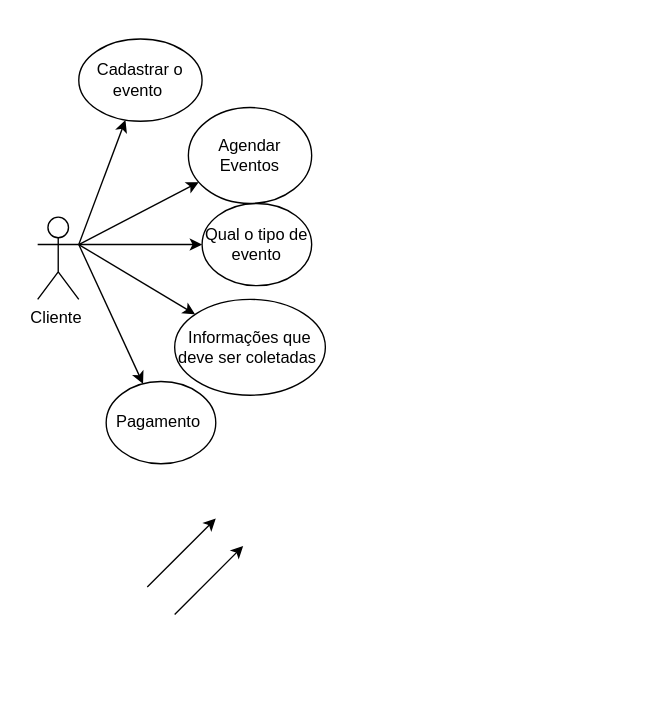
Above: GestãoDeEventos.drawio in Bernardo-Alves125/Diagramas-de-requisitos (draw.io), before the change. Source tidied: cells renumbered, new cells numbered last; positions are measured from the earlier drawing's top-left corner, leaving out a move shared by most shapes. Both pictures are drawn from the tidied source at 137%, with x=0, y=0 at pixel (37, 38).
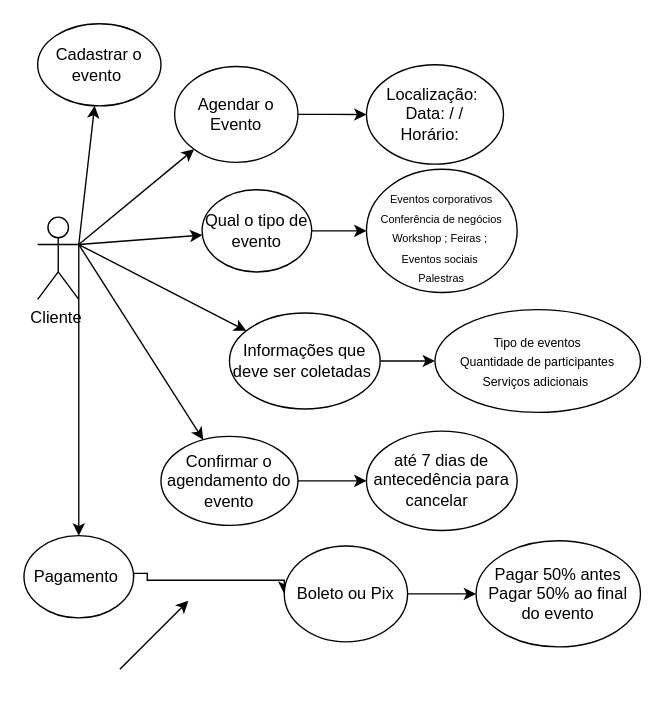
Above is the later version.

Diff of the diagram source:
```diff
@@
-    <mxCell id="8" style="endArrow=classic;html=1;rounded=0;" parent="1" edge="1">
+    <mxCell id="8" style="endArrow=classic;html=1;rounded=0;" parent="1" edge="1" target="25">
       <mxGeometry relative="1" as="geometry">
-        <mxPoint x="80" y="400" as="sourcePoint" />
-        <mxPoint x="130" y="350" as="targetPoint" />
+        <mxPoint x="30" y="150" as="sourcePoint" />
       </mxGeometry>
     </mxCell>
     <mxCell id="9" style="endArrow=classic;html=1;rounded=0;" parent="1" edge="1">
       <mxGeometry relative="1" as="geometry">
-        <mxPoint x="100" y="420" as="sourcePoint" />
-        <mxPoint x="150" y="370" as="targetPoint" />
+        <mxPoint x="60" y="460" as="sourcePoint" />
+        <mxPoint x="110" y="410" as="targetPoint" />
       </mxGeometry>
     </mxCell>
+    <mxCell id="15" style="edgeStyle=orthogonalEdgeStyle;rounded=0;jettySize=auto;html=1;exitX=1;exitY=0.5;exitDx=0;exitDy=0;" parent="1" edge="1" source="10" target="19">
+      <mxGeometry relative="1" as="geometry" />
+    </mxCell>
-    <mxCell id="10" value="Agendar Eventos" style="ellipse;whiteSpace=wrap;html=1;" parent="1" vertex="1">
-      <mxGeometry x="110" y="50" width="90" height="70" as="geometry" />
+    <mxCell id="10" value="Agendar o Evento" style="ellipse;whiteSpace=wrap;html=1;" parent="1" vertex="1">
+      <mxGeometry x="100" y="20" width="90" height="70" as="geometry" />
     </mxCell>
+    <mxCell id="16" style="edgeStyle=orthogonalEdgeStyle;rounded=0;jettySize=auto;html=1;exitX=1;exitY=0.5;exitDx=0;exitDy=0;" parent="1" edge="1" source="11" target="20">
+      <mxGeometry relative="1" as="geometry" />
+    </mxCell>
     <mxCell id="11" value="Qual o tipo de evento" style="ellipse;whiteSpace=wrap;html=1;" parent="1" vertex="1">
-      <mxGeometry x="120" y="120" width="80" height="60" as="geometry" />
+      <mxGeometry x="120" y="110" width="80" height="60" as="geometry" />
     </mxCell>
+    <mxCell id="17" style="edgeStyle=orthogonalEdgeStyle;rounded=0;jettySize=auto;html=1;exitX=1;exitY=0.5;exitDx=0;exitDy=0;" parent="1" edge="1" source="12" target="21">
+      <mxGeometry relative="1" as="geometry" />
+    </mxCell>
     <mxCell id="12" value="Informações que deve ser coletadas&amp;nbsp;" style="ellipse;whiteSpace=wrap;html=1;" parent="1" vertex="1">
-      <mxGeometry x="100" y="190" width="110" height="70" as="geometry" />
+      <mxGeometry x="140" y="200" width="110" height="70" as="geometry" />
     </mxCell>
+    <mxCell id="18" style="edgeStyle=orthogonalEdgeStyle;rounded=0;jettySize=auto;html=1;exitX=1;exitY=0.5;exitDx=0;exitDy=0;entryX=0;entryY=0.5;entryDx=0;entryDy=0;" parent="1" edge="1" source="13" target="23">
+      <mxGeometry relative="1" as="geometry">
+        <Array as="points">
+          <mxPoint x="70" y="390" />
+          <mxPoint x="80" y="390" />
+          <mxPoint x="80" y="395" />
+        </Array>
+      </mxGeometry>
+    </mxCell>
     <mxCell id="13" value="Pagamento&amp;nbsp;" style="ellipse;whiteSpace=wrap;html=1;" parent="1" vertex="1">
-      <mxGeometry x="50" y="250" width="80" height="60" as="geometry" />
+      <mxGeometry x="-10" y="362.5" width="80" height="60" as="geometry" />
     </mxCell>
     <mxCell id="14" value="Cadastrar o evento&amp;nbsp;" style="ellipse;whiteSpace=wrap;html=1;" parent="1" vertex="1">
-      <mxGeometry x="30" width="90" height="60" as="geometry" />
+      <mxGeometry y="-11.2" width="90" height="60" as="geometry" />
     </mxCell>
+    <mxCell id="19" value="&lt;div&gt;Localização:&amp;nbsp;&lt;/div&gt;Data: / /&lt;div&gt;Horário:&amp;nbsp;&amp;nbsp;&lt;/div&gt;" style="ellipse;whiteSpace=wrap;html=1;" parent="1" vertex="1">
+      <mxGeometry x="240" y="18.8" width="100" height="72.5" as="geometry" />
+    </mxCell>
+    <mxCell id="20" value="&lt;div&gt;&lt;font style=&quot;font-size: 8px;&quot;&gt;&lt;br&gt;&lt;/font&gt;&lt;/div&gt;&lt;font style=&quot;font-size: 8px;&quot;&gt;&lt;div&gt;&lt;font style=&quot;font-size: 8px;&quot;&gt;&lt;br&gt;&lt;/font&gt;&lt;/div&gt;Eventos corporativos&lt;/font&gt;&lt;div&gt;&lt;font style=&quot;font-size: 8px;&quot;&gt;Conferência de negócios&lt;/font&gt;&lt;/div&gt;&lt;div&gt;&lt;font style=&quot;font-size: 8px;&quot;&gt;Workshop ;&amp;nbsp;&lt;/font&gt;&lt;span style=&quot;font-size: 8px; background-color: transparent; color: light-dark(rgb(0, 0, 0), rgb(255, 255, 255));&quot;&gt;Feiras ;&amp;nbsp;&lt;/span&gt;&lt;/div&gt;&lt;div&gt;&lt;span style=&quot;font-size: 8px; background-color: transparent; color: light-dark(rgb(0, 0, 0), rgb(255, 255, 255));&quot;&gt;Eventos sociais&amp;nbsp;&lt;/span&gt;&lt;/div&gt;&lt;div&gt;&lt;font style=&quot;font-size: 8px;&quot;&gt;Palestras&lt;/font&gt;&lt;/div&gt;&lt;div&gt;&lt;font style=&quot;font-size: 8px;&quot;&gt;&amp;nbsp;&amp;nbsp;&lt;/font&gt;&lt;/div&gt;" style="ellipse;whiteSpace=wrap;html=1;" parent="1" vertex="1">
+      <mxGeometry x="240" y="95" width="110" height="90" as="geometry" />
+    </mxCell>
+    <mxCell id="21" value="&lt;div&gt;&lt;span style=&quot;background-color: transparent; color: light-dark(rgb(0, 0, 0), rgb(255, 255, 255));&quot;&gt;&lt;font style=&quot;font-size: 9px;&quot;&gt;Tipo de eventos&lt;/font&gt;&lt;/span&gt;&lt;/div&gt;&lt;div&gt;&lt;span style=&quot;background-color: transparent; color: light-dark(rgb(0, 0, 0), rgb(255, 255, 255));&quot;&gt;&lt;font style=&quot;font-size: 9px;&quot;&gt;Quantidade de participantes&lt;/font&gt;&lt;/span&gt;&lt;/div&gt;&lt;div&gt;&lt;span style=&quot;background-color: transparent; color: light-dark(rgb(0, 0, 0), rgb(255, 255, 255));&quot;&gt;&lt;font style=&quot;font-size: 9px;&quot;&gt;Serviços adicionais&amp;nbsp;&lt;/font&gt;&lt;/span&gt;&lt;/div&gt;" style="ellipse;whiteSpace=wrap;html=1;" parent="1" vertex="1">
+      <mxGeometry x="290" y="197.5" width="150" height="75" as="geometry" />
+    </mxCell>
+    <mxCell id="22" style="edgeStyle=orthogonalEdgeStyle;rounded=0;jettySize=auto;html=1;" parent="1" edge="1" source="23" target="27">
+      <mxGeometry relative="1" as="geometry" />
+    </mxCell>
+    <mxCell id="23" value="Boleto ou Pix" style="ellipse;whiteSpace=wrap;html=1;" parent="1" vertex="1">
+      <mxGeometry x="180" y="370" width="90" height="70" as="geometry" />
+    </mxCell>
+    <mxCell id="24" style="edgeStyle=orthogonalEdgeStyle;rounded=0;jettySize=auto;html=1;" parent="1" edge="1" source="25" target="26">
+      <mxGeometry relative="1" as="geometry" />
+    </mxCell>
+    <mxCell id="25" value="Confirmar o agendamento do evento" style="ellipse;whiteSpace=wrap;html=1;" parent="1" vertex="1">
+      <mxGeometry x="90" y="290" width="100" height="65" as="geometry" />
+    </mxCell>
+    <mxCell id="26" value="até 7 dias de antecedência para cancelar&amp;nbsp;&amp;nbsp;" style="ellipse;whiteSpace=wrap;html=1;" parent="1" vertex="1">
+      <mxGeometry x="240" y="286.2" width="110" height="72.5" as="geometry" />
+    </mxCell>
+    <mxCell id="27" value="Pagar 50% antes&lt;div&gt;Pagar 50% ao final do evento&lt;/div&gt;" style="ellipse;whiteSpace=wrap;html=1;" parent="1" vertex="1">
+      <mxGeometry x="320" y="366.2" width="120" height="77.5" as="geometry" />
+    </mxCell>
```
